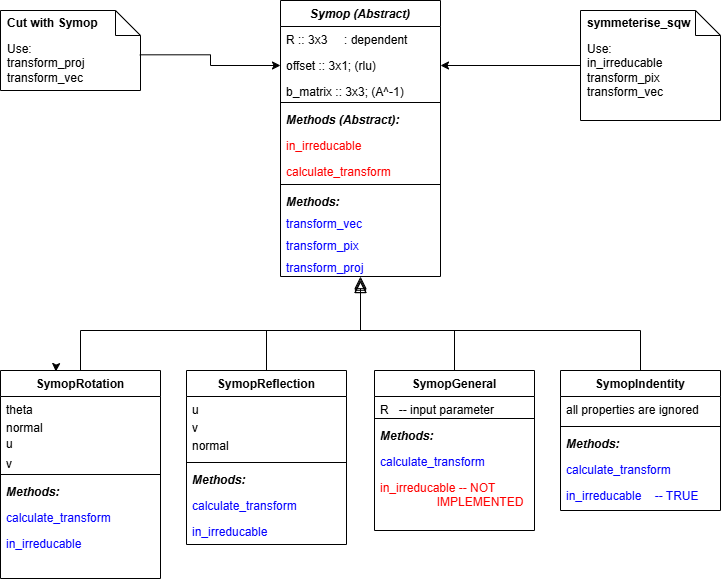
pace-neutrons/Horace keeps this draw.io diagram as documentation/diagrams/Symops_diagram.png. Above is the earlier version. Source tidied: cells renumbered, new cells last; positions are measured from the earlier drawing's top-left corner, leaving out a move shared by most shapes.
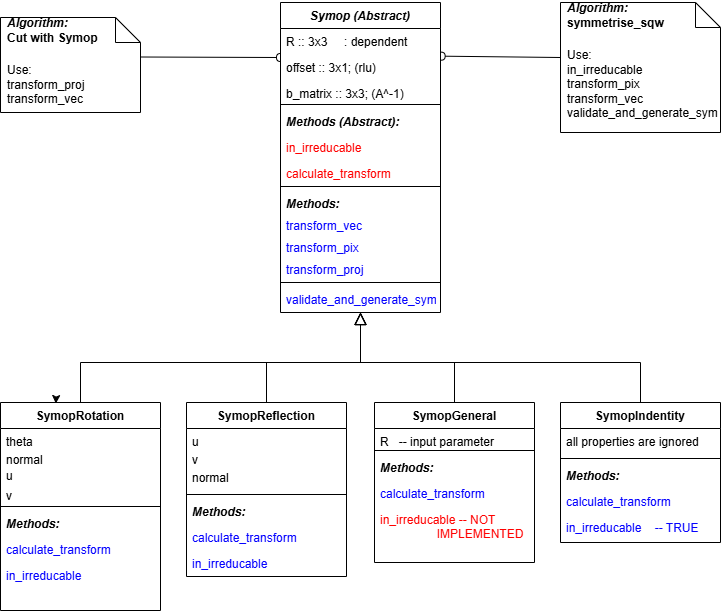
After the change.

Commit message:
Re #1918 A bit more ADD for symops

Diff of the diagram source:
```diff
@@ -3,7 +3,7 @@
     <mxCell id="0" />
     <mxCell id="1" parent="0" />
     <mxCell id="2" value="Symop (Abstract)" style="swimlane;fontStyle=3;align=center;verticalAlign=top;horizontal=1;startSize=26;rounded=0;shadow=0;strokeWidth=1;" parent="1" vertex="1">
-      <mxGeometry x="280" width="160" height="276" as="geometry" />
+      <mxGeometry x="280" y="-30" width="160" height="310" as="geometry" />
     </mxCell>
     <mxCell id="3" value="R :: 3x3     : dependent " style="text;align=left;verticalAlign=top;spacingLeft=4;spacingRight=4;overflow=hidden;" parent="2" vertex="1">
       <mxGeometry y="26" width="160" height="26" as="geometry" />
@@ -41,9 +41,15 @@
     <mxCell id="14" value="transform_proj" style="text;align=left;verticalAlign=top;spacingLeft=4;spacingRight=4;overflow=hidden;points=[[0,0.5],[1,0.5]];portConstraint=eastwest;fontStyle=0;fontColor=#0603FF;" parent="2" vertex="1">
       <mxGeometry y="254" width="160" height="22" as="geometry" />
     </mxCell>
+    <mxCell id="56" style="line;html=1;strokeWidth=1;align=left;verticalAlign=middle;spacingTop=-1;spacingLeft=3;spacingRight=3;labelPosition=right;" parent="2" vertex="1">
+      <mxGeometry y="276" width="160" height="8" as="geometry" />
+    </mxCell>
     <mxCell id="15" style="edgeStyle=orthogonalEdgeStyle;rounded=0;orthogonalLoop=1;jettySize=auto;html=1;exitX=1;exitY=0.5;exitDx=0;exitDy=0;" parent="2" edge="1" source="8" target="8">
       <mxGeometry relative="1" as="geometry" />
     </mxCell>
+    <mxCell id="57" value="validate_and_generate_sym" style="text;align=left;verticalAlign=top;spacingLeft=4;spacingRight=4;overflow=hidden;fontStyle=0;fontColor=#0603FF;" parent="2" vertex="1">
+      <mxGeometry y="284" width="160" height="22" as="geometry" />
+    </mxCell>
     <mxCell id="16" value="SymopRotation" style="swimlane;fontStyle=1;align=center;verticalAlign=top;horizontal=1;startSize=26;rounded=0;shadow=0;strokeWidth=1;" parent="1" vertex="1">
       <mxGeometry y="370" width="160" height="208" as="geometry" />
     </mxCell>
@@ -146,7 +152,7 @@
         </Array>
       </mxGeometry>
     </mxCell>
-    <mxCell id="47" style="endArrow=block;endSize=10;endFill=0;shadow=0;strokeWidth=1;rounded=0;curved=0;edgeStyle=elbowEdgeStyle;elbow=vertical;exitX=0.5;exitY=0;exitDx=0;exitDy=0;entryX=0.5;entryY=1.076;entryDx=0;entryDy=0;entryPerimeter=0;" parent="1" edge="1" source="26" target="14">
+    <mxCell id="47" style="endArrow=block;endSize=10;endFill=0;shadow=0;strokeWidth=1;rounded=0;curved=0;edgeStyle=elbowEdgeStyle;elbow=vertical;exitX=0.5;exitY=0;exitDx=0;exitDy=0;entryX=0.5;entryY=1;entryDx=0;entryDy=0;" parent="1" edge="1" source="26" target="2">
       <mxGeometry relative="1" as="geometry">
         <Array as="points">
           <mxPoint x="410" y="330" />
@@ -161,26 +167,31 @@
         </Array>
       </mxGeometry>
     </mxCell>
-    <mxCell id="49" value="Use:&lt;div&gt;transform_proj&lt;/div&gt;&lt;div&gt;transform_vec&lt;/div&gt;" style="shape=note2;boundedLbl=1;whiteSpace=wrap;html=1;size=25;verticalAlign=top;align=left;spacingLeft=5;" parent="1" vertex="1">
-      <mxGeometry y="10" width="140" height="80" as="geometry" />
+    <mxCell id="49" value="&lt;div&gt;&lt;br&gt;&lt;/div&gt;Use:&lt;div&gt;transform_proj&lt;/div&gt;&lt;div&gt;transform_vec&lt;/div&gt;" style="shape=note2;boundedLbl=1;whiteSpace=wrap;html=1;size=25;verticalAlign=top;align=left;spacingLeft=5;" parent="1" vertex="1">
+      <mxGeometry y="-15" width="140" height="95" as="geometry" />
     </mxCell>
-    <mxCell id="50" value="&lt;b&gt;Cut with Symop&lt;/b&gt;" style="strokeColor=none;fillColor=none;align=left;spacingLeft=5;whiteSpace=wrap;html=1;" parent="49" vertex="1">
+    <mxCell id="50" value="&lt;div&gt;&lt;b&gt;&lt;i&gt;Algorithm:&lt;/i&gt;&lt;/b&gt;&lt;/div&gt;&lt;b&gt;Cut with Symop&lt;/b&gt;" style="strokeColor=none;fillColor=none;align=left;spacingLeft=5;whiteSpace=wrap;html=1;" parent="49" vertex="1">
       <mxGeometry width="140" height="25" relative="1" as="geometry" />
     </mxCell>
-    <mxCell id="51" style="edgeStyle=orthogonalEdgeStyle;rounded=0;jettySize=auto;html=1;exitX=0;exitY=0.5;exitDx=0;exitDy=0;exitPerimeter=0;entryX=1;entryY=0.5;entryDx=0;entryDy=0;" parent="1" edge="1" source="52" target="4">
-      <mxGeometry relative="1" as="geometry" />
-    </mxCell>
-    <mxCell id="52" value="Use:&lt;div&gt;&lt;span style=&quot;background-color: transparent; color: light-dark(rgb(0, 0, 0), rgb(255, 255, 255));&quot;&gt;in_irreducable&lt;/span&gt;&lt;/div&gt;&lt;div&gt;transform_pix&lt;/div&gt;&lt;div&gt;transform_vec&lt;/div&gt;" style="shape=note2;boundedLbl=1;whiteSpace=wrap;html=1;size=25;verticalAlign=top;align=left;spacingLeft=5;" parent="1" vertex="1">
-      <mxGeometry x="580" y="10" width="140" height="110" as="geometry" />
+    <mxCell id="52" value="&lt;div&gt;&lt;br&gt;&lt;/div&gt;Use:&lt;div&gt;&lt;span style=&quot;background-color: transparent; color: light-dark(rgb(0, 0, 0), rgb(255, 255, 255));&quot;&gt;in_irreducable&lt;/span&gt;&lt;/div&gt;&lt;div&gt;transform_pix&lt;/div&gt;&lt;div&gt;transform_vec&lt;/div&gt;&lt;div&gt;validate_and_generate_sym&lt;/div&gt;" style="shape=note2;boundedLbl=1;whiteSpace=wrap;html=1;size=25;verticalAlign=top;align=left;spacingLeft=5;" parent="1" vertex="1">
+      <mxGeometry x="560" y="-30" width="160" height="130" as="geometry" />
     </mxCell>
-    <mxCell id="53" value="&lt;b&gt;symmeterise_sqw&lt;/b&gt;" style="strokeColor=none;fillColor=none;align=left;spacingLeft=5;whiteSpace=wrap;html=1;" parent="52" vertex="1">
-      <mxGeometry width="140" height="25" relative="1" as="geometry" />
+    <mxCell id="53" value="&lt;div&gt;&lt;b&gt;&lt;i&gt;Algorithm:&lt;/i&gt;&lt;/b&gt;&lt;/div&gt;&lt;b&gt;symmetrise_sqw&lt;/b&gt;" style="strokeColor=none;fillColor=none;align=left;spacingLeft=5;whiteSpace=wrap;html=1;" parent="52" vertex="1">
+      <mxGeometry width="160" height="25" relative="1" as="geometry" />
     </mxCell>
     <mxCell id="54" style="edgeStyle=orthogonalEdgeStyle;rounded=0;orthogonalLoop=1;jettySize=auto;html=1;exitX=0.25;exitY=0;exitDx=0;exitDy=0;entryX=0.346;entryY=0.005;entryDx=0;entryDy=0;entryPerimeter=0;" parent="1" edge="1" source="16" target="16">
       <mxGeometry relative="1" as="geometry" />
     </mxCell>
-    <mxCell id="55" style="edgeStyle=orthogonalEdgeStyle;rounded=0;jettySize=auto;html=1;entryX=0;entryY=0.5;entryDx=0;entryDy=0;exitX=0.995;exitY=0.554;exitDx=0;exitDy=0;exitPerimeter=0;" parent="1" edge="1" source="49" target="4">
-      <mxGeometry relative="1" as="geometry" />
-    </mxCell>
+    <mxCell id="58" style="html=1;verticalAlign=bottom;labelBackgroundColor=none;endArrow=halfCircle;endFill=0;endSize=2;rounded=0;" parent="1" edge="1">
+      <mxGeometry relative="1" as="geometry">
+        <mxPoint x="140" y="24.5" as="sourcePoint" />
+        <mxPoint x="280" y="25" as="targetPoint" />
+      </mxGeometry>
+    </mxCell>
+    <mxCell id="59" style="html=1;verticalAlign=bottom;labelBackgroundColor=none;endArrow=halfCircle;endFill=0;endSize=2;rounded=0;exitX=0;exitY=0.5;exitDx=0;exitDy=0;exitPerimeter=0;entryX=1.004;entryY=0.064;entryDx=0;entryDy=0;entryPerimeter=0;" parent="1" edge="1" target="4">
+      <mxGeometry relative="1" as="geometry">
+        <mxPoint x="560" y="25" as="sourcePoint" />
+      </mxGeometry>
+    </mxCell>
   </root>
 </mxGraphModel>
```
